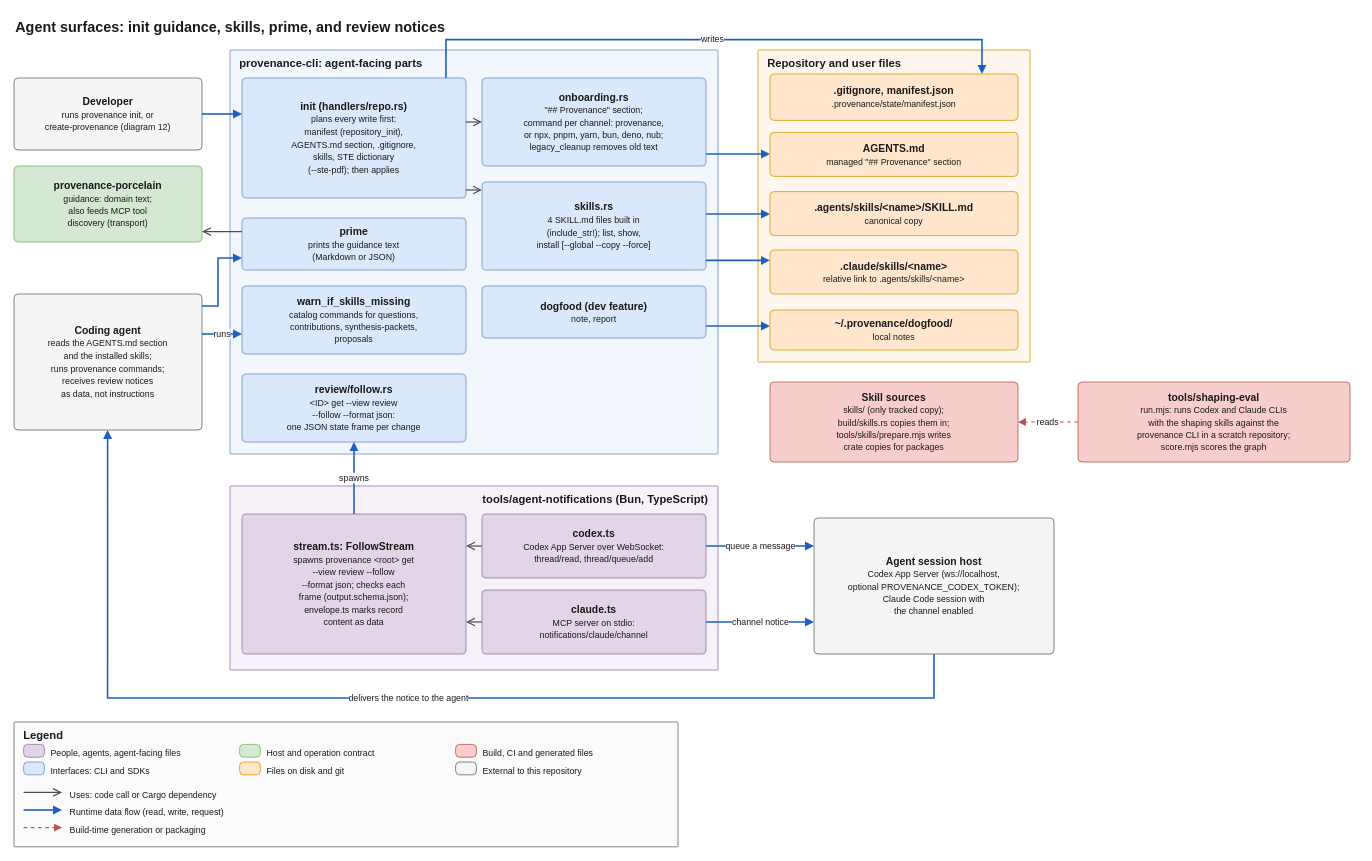
Before: docs/architecture/diagrams/06-agent-surfaces.drawio in quality-sh/provenance, a draw.io diagram. Source tidied: cells renumbered, new cells numbered last; positions are measured from the earlier drawing's top-left corner, leaving out a move shared by most shapes. Both pictures are drawn from the tidied source at 80%, with x=0, y=0 at pixel (14, 14).
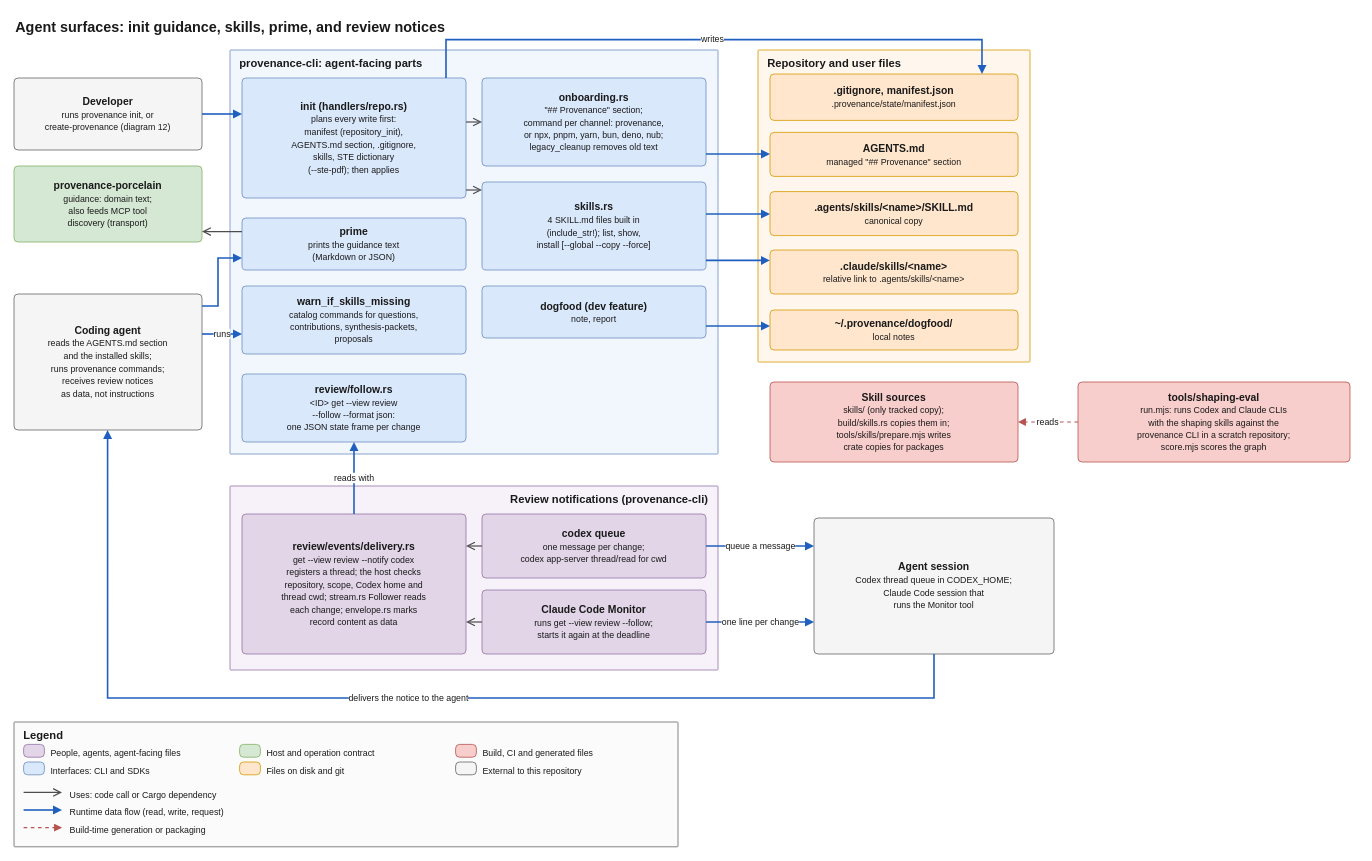
The same page after the edit.

Unchanged cells that the change refers to:
```xml
<mxCell id="10" value="&lt;b&gt;review/follow.rs&lt;/b&gt;&lt;br&gt;&lt;font style=&quot;font-size:11px&quot;&gt;&amp;lt;ID&amp;gt; get --view review&lt;br&gt;--follow --format json:&lt;br&gt;one JSON state frame per change&lt;/font&gt;" style="rounded=1;arcSize=10;absoluteArcSize=1;whiteSpace=wrap;html=1;fillColor=#dae8fc;strokeColor=#6c8ebf;fontSize=13;fontColor=#1a1a1a;verticalAlign=middle;align=center;spacing=4;" parent="6" vertex="1">
  <mxGeometry x="15" y="405" width="280" height="85" as="geometry" />
</mxCell>
```

The edit, as a diff of the source:
```diff
@@
-    <mxCell id="22" value="tools/agent-notifications (Bun, TypeScript)" style="rounded=1;arcSize=2;absoluteArcSize=1;whiteSpace=wrap;html=1;fillColor=#f7f2f9;strokeColor=#9673a6;verticalAlign=top;align=right;spacingLeft=10;spacingRight=10;spacingTop=2;fontStyle=1;fontSize=14;fontColor=#1a1a1a;" parent="1" vertex="1">
+    <mxCell id="22" value="Review notifications (provenance-cli)" style="rounded=1;arcSize=2;absoluteArcSize=1;whiteSpace=wrap;html=1;fillColor=#f7f2f9;strokeColor=#9673a6;verticalAlign=top;align=right;spacingLeft=10;spacingRight=10;spacingTop=2;fontStyle=1;fontSize=14;fontColor=#1a1a1a;" parent="1" vertex="1">
       <mxGeometry x="270" y="590" width="610" height="230" as="geometry" />
     </mxCell>
-    <mxCell id="23" value="&lt;b&gt;stream.ts: FollowStream&lt;/b&gt;&lt;br&gt;&lt;font style=&quot;font-size:11px&quot;&gt;spawns provenance &amp;lt;root&amp;gt; get&lt;br&gt;--view review --follow&lt;br&gt;--format json; checks each&lt;br&gt;frame (output.schema.json);&lt;br&gt;envelope.ts marks record&lt;br&gt;content as data&lt;/font&gt;" style="rounded=1;arcSize=10;absoluteArcSize=1;whiteSpace=wrap;html=1;fillColor=#e1d5e7;strokeColor=#9673a6;fontSize=13;fontColor=#1a1a1a;verticalAlign=middle;align=center;spacing=4;" parent="22" vertex="1">
+    <mxCell id="23" value="&lt;b&gt;review/events/delivery.rs&lt;/b&gt;&lt;br&gt;&lt;font style=&quot;font-size:11px&quot;&gt;get --view review --notify codex&lt;br&gt;registers a thread; the host checks&lt;br&gt;repository, scope, Codex home and&lt;br&gt;thread cwd; stream.rs Follower reads&lt;br&gt;each change; envelope.rs marks&lt;br&gt;record content as data&lt;/font&gt;" style="rounded=1;arcSize=10;absoluteArcSize=1;whiteSpace=wrap;html=1;fillColor=#e1d5e7;strokeColor=#9673a6;fontSize=13;fontColor=#1a1a1a;verticalAlign=middle;align=center;spacing=4;" parent="22" vertex="1">
       <mxGeometry x="15" y="35" width="280" height="175" as="geometry" />
     </mxCell>
-    <mxCell id="24" value="&lt;b&gt;codex.ts&lt;/b&gt;&lt;br&gt;&lt;font style=&quot;font-size:11px&quot;&gt;Codex App Server over WebSocket:&lt;br&gt;thread/read, thread/queue/add&lt;/font&gt;" style="rounded=1;arcSize=10;absoluteArcSize=1;whiteSpace=wrap;html=1;fillColor=#e1d5e7;strokeColor=#9673a6;fontSize=13;fontColor=#1a1a1a;verticalAlign=middle;align=center;spacing=4;" parent="22" vertex="1">
+    <mxCell id="24" value="&lt;b&gt;codex queue&lt;/b&gt;&lt;br&gt;&lt;font style=&quot;font-size:11px&quot;&gt;one message per change;&lt;br&gt;codex app-server thread/read for cwd&lt;/font&gt;" style="rounded=1;arcSize=10;absoluteArcSize=1;whiteSpace=wrap;html=1;fillColor=#e1d5e7;strokeColor=#9673a6;fontSize=13;fontColor=#1a1a1a;verticalAlign=middle;align=center;spacing=4;" parent="22" vertex="1">
       <mxGeometry x="315" y="35" width="280" height="80" as="geometry" />
     </mxCell>
-    <mxCell id="25" value="&lt;b&gt;claude.ts&lt;/b&gt;&lt;br&gt;&lt;font style=&quot;font-size:11px&quot;&gt;MCP server on stdio:&lt;br&gt;notifications/claude/channel&lt;/font&gt;" style="rounded=1;arcSize=10;absoluteArcSize=1;whiteSpace=wrap;html=1;fillColor=#e1d5e7;strokeColor=#9673a6;fontSize=13;fontColor=#1a1a1a;verticalAlign=middle;align=center;spacing=4;" parent="22" vertex="1">
+    <mxCell id="25" value="&lt;b&gt;Claude Code Monitor&lt;/b&gt;&lt;br&gt;&lt;font style=&quot;font-size:11px&quot;&gt;runs get --view review --follow;&lt;br&gt;starts it again at the deadline&lt;/font&gt;" style="rounded=1;arcSize=10;absoluteArcSize=1;whiteSpace=wrap;html=1;fillColor=#e1d5e7;strokeColor=#9673a6;fontSize=13;fontColor=#1a1a1a;verticalAlign=middle;align=center;spacing=4;" parent="22" vertex="1">
       <mxGeometry x="315" y="130" width="280" height="80" as="geometry" />
     </mxCell>
-    <mxCell id="26" value="&lt;b&gt;Agent session host&lt;/b&gt;&lt;br&gt;&lt;font style=&quot;font-size:11px&quot;&gt;Codex App Server (ws://localhost,&lt;br&gt;optional PROVENANCE_CODEX_TOKEN);&lt;br&gt;Claude Code session with&lt;br&gt;the channel enabled&lt;/font&gt;" style="rounded=1;arcSize=10;absoluteArcSize=1;whiteSpace=wrap;html=1;fillColor=#f5f5f5;strokeColor=#666666;fontSize=13;fontColor=#1a1a1a;verticalAlign=middle;align=center;spacing=4;" parent="1" vertex="1">
+    <mxCell id="26" value="&lt;b&gt;Agent session&lt;/b&gt;&lt;br&gt;&lt;font style=&quot;font-size:11px&quot;&gt;Codex thread queue in CODEX_HOME;&lt;br&gt;Claude Code session that&lt;br&gt;runs the Monitor tool&lt;/font&gt;" style="rounded=1;arcSize=10;absoluteArcSize=1;whiteSpace=wrap;html=1;fillColor=#f5f5f5;strokeColor=#666666;fontSize=13;fontColor=#1a1a1a;verticalAlign=middle;align=center;spacing=4;" parent="1" vertex="1">
       <mxGeometry x="1000" y="630" width="300" height="170" as="geometry" />
     </mxCell>
@@
-    <mxCell id="55" value="spawns" style="edgeStyle=orthogonalEdgeStyle;rounded=0;jettySize=auto;html=1;jumpStyle=arc;jumpSize=10;exitX=0.5;exitY=0;exitDx=0;exitDy=0;entryX=0.5;entryY=1;entryDx=0;entryDy=0;strokeColor=#1f5fbf;fontSize=11;fontColor=#1a1a1a;labelBackgroundColor=#ffffff;strokeWidth=2;endArrow=block;endFill=1;" parent="1" edge="1" source="23" target="10">
+    <mxCell id="55" value="reads with" style="edgeStyle=orthogonalEdgeStyle;rounded=0;jettySize=auto;html=1;jumpStyle=arc;jumpSize=10;exitX=0.5;exitY=0;exitDx=0;exitDy=0;entryX=0.5;entryY=1;entryDx=0;entryDy=0;strokeColor=#1f5fbf;fontSize=11;fontColor=#1a1a1a;labelBackgroundColor=#ffffff;strokeWidth=2;endArrow=block;endFill=1;" parent="1" edge="1" source="23" target="10">
       <mxGeometry relative="1" as="geometry" />
     </mxCell>
@@
-    <mxCell id="59" value="channel notice" style="edgeStyle=orthogonalEdgeStyle;rounded=0;jettySize=auto;html=1;jumpStyle=arc;jumpSize=10;exitX=1;exitY=0.5;exitDx=0;exitDy=0;entryX=0;entryY=0.7647;entryDx=0;entryDy=0;strokeColor=#1f5fbf;fontSize=11;fontColor=#1a1a1a;labelBackgroundColor=#ffffff;strokeWidth=2;endArrow=block;endFill=1;" parent="1" edge="1" source="25" target="26">
+    <mxCell id="59" value="one line per change" style="edgeStyle=orthogonalEdgeStyle;rounded=0;jettySize=auto;html=1;jumpStyle=arc;jumpSize=10;exitX=1;exitY=0.5;exitDx=0;exitDy=0;entryX=0;entryY=0.7647;entryDx=0;entryDy=0;strokeColor=#1f5fbf;fontSize=11;fontColor=#1a1a1a;labelBackgroundColor=#ffffff;strokeWidth=2;endArrow=block;endFill=1;" parent="1" edge="1" source="25" target="26">
       <mxGeometry relative="1" as="geometry" />
     </mxCell>
```
